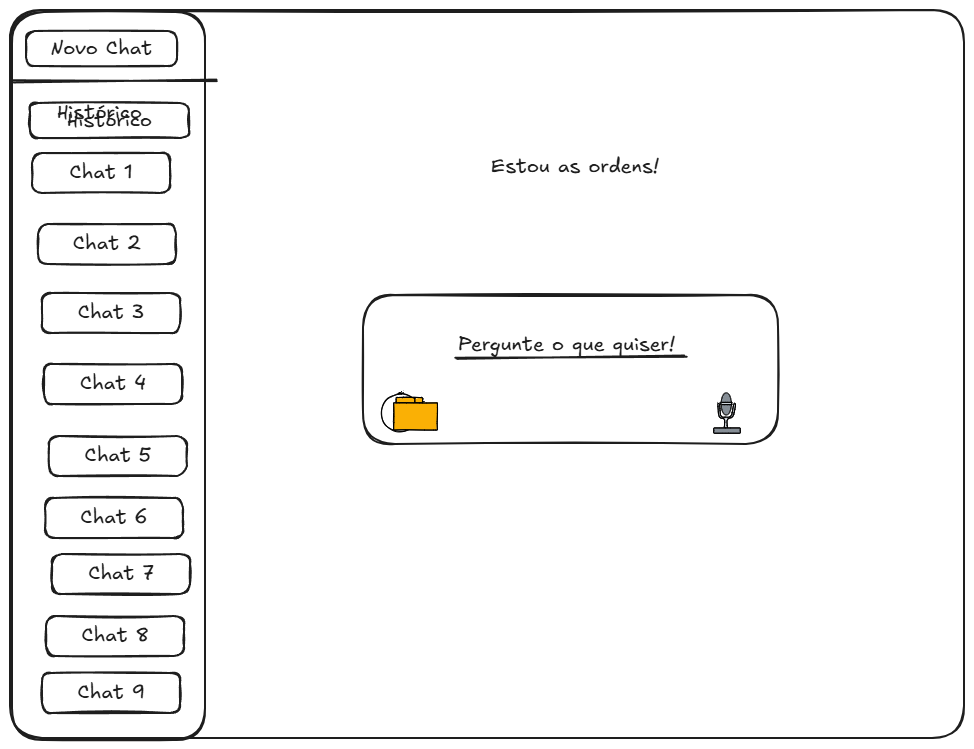
This is docs/interfaces/dashboard.excalidraw.png from mauriciobenjamin700/levai-v2, a Excalidraw export, as it was before one commit. Source tidied: one line per element, renumbered; positions are measured from the earlier drawing's top-left corner, leaving out a move shared by most shapes. Its diagram source:
```json
{"id": 0, "type": "rectangle", "strokeColor": "#1e1e1e", "strokeWidth": 2, "roughness": 1, "round": true, "x": 0, "y": 0, "width": 954, "height": 728}
{"id": 1, "type": "rectangle", "strokeColor": "#1e1e1e", "strokeWidth": 2, "roughness": 1, "round": true, "x": 2, "y": 2, "width": 193, "height": 728}
{"id": 2, "type": "rectangle", "strokeColor": "#1e1e1e", "strokeWidth": 2, "roughness": 1, "round": true, "x": 16, "y": 21, "width": 151, "height": 35}
{"id": 3, "type": "text", "text": "Novo Chat", "strokeColor": "#1e1e1e", "strokeWidth": 2, "roughness": 1, "fontSize": 20, "fontFamily": 5, "textAlign": "center", "verticalAlign": "middle", "inside": 2, "x": 41, "y": 26, "width": 102, "height": 25}
{"id": 4, "type": "rectangle", "strokeColor": "#1e1e1e", "strokeWidth": 2, "roughness": 1, "round": true, "x": 22, "y": 143, "width": 138, "height": 40}
{"id": 5, "type": "text", "text": "Chat 1", "strokeColor": "#1e1e1e", "strokeWidth": 2, "roughness": 1, "fontSize": 20, "fontFamily": 5, "textAlign": "center", "verticalAlign": "middle", "inside": 4, "x": 59, "y": 150, "width": 63, "height": 25}
{"id": 6, "type": "text", "text": "Histórico", "strokeColor": "#1e1e1e", "strokeWidth": 2, "roughness": 1, "fontSize": 20, "fontFamily": 5, "x": 47, "y": 90, "width": 85, "height": 25}
{"id": 7, "type": "line", "strokeColor": "#1e1e1e", "strokeWidth": 2, "roughness": 1, "round": true, "x": 3, "y": 71, "width": 203, "height": 1, "points": [[0, 0], [203, -1]]}
{"id": 8, "type": "rectangle", "strokeColor": "#1e1e1e", "strokeWidth": 2, "roughness": 1, "round": true, "x": 28, "y": 214, "width": 138, "height": 40}
{"id": 9, "type": "text", "text": "Chat 2", "strokeColor": "#1e1e1e", "strokeWidth": 2, "roughness": 1, "fontSize": 20, "fontFamily": 5, "textAlign": "center", "verticalAlign": "middle", "inside": 8, "x": 63, "y": 222, "width": 68, "height": 25}
{"id": 10, "type": "rectangle", "strokeColor": "#1e1e1e", "strokeWidth": 2, "roughness": 1, "round": true, "x": 32, "y": 283, "width": 138, "height": 40}
{"id": 11, "type": "text", "text": "Chat 3", "strokeColor": "#1e1e1e", "strokeWidth": 2, "roughness": 1, "fontSize": 20, "fontFamily": 5, "textAlign": "center", "verticalAlign": "middle", "inside": 10, "x": 68, "y": 290, "width": 67, "height": 25}
{"id": 12, "type": "rectangle", "strokeColor": "#1e1e1e", "strokeWidth": 2, "roughness": 1, "round": true, "x": 34, "y": 354, "width": 138, "height": 40}
{"id": 13, "type": "text", "text": "Chat 4", "strokeColor": "#1e1e1e", "strokeWidth": 2, "roughness": 1, "fontSize": 20, "fontFamily": 5, "textAlign": "center", "verticalAlign": "middle", "inside": 12, "x": 70, "y": 362, "width": 66, "height": 25}
{"id": 14, "type": "rectangle", "strokeColor": "#1e1e1e", "strokeWidth": 2, "roughness": 1, "round": true, "x": 39, "y": 426, "width": 138, "height": 40}
{"id": 15, "type": "text", "text": "Chat 5", "strokeColor": "#1e1e1e", "strokeWidth": 2, "roughness": 1, "fontSize": 20, "fontFamily": 5, "textAlign": "center", "verticalAlign": "middle", "inside": 14, "x": 75, "y": 434, "width": 67, "height": 25}
{"id": 16, "type": "rectangle", "strokeColor": "#1e1e1e", "strokeWidth": 2, "roughness": 1, "round": true, "x": 35, "y": 488, "width": 138, "height": 40}
{"id": 17, "type": "text", "text": "Chat 6", "strokeColor": "#1e1e1e", "strokeWidth": 2, "roughness": 1, "fontSize": 20, "fontFamily": 5, "textAlign": "center", "verticalAlign": "middle", "inside": 16, "x": 70, "y": 496, "width": 67, "height": 25}
{"id": 18, "type": "rectangle", "strokeColor": "#1e1e1e", "strokeWidth": 2, "roughness": 1, "round": true, "x": 42, "y": 544, "width": 138, "height": 40}
{"id": 19, "type": "text", "text": "Chat 7", "strokeColor": "#1e1e1e", "strokeWidth": 2, "roughness": 1, "fontSize": 20, "fontFamily": 5, "textAlign": "center", "verticalAlign": "middle", "inside": 18, "x": 78, "y": 552, "width": 66, "height": 25}
{"id": 20, "type": "rectangle", "strokeColor": "#1e1e1e", "strokeWidth": 2, "roughness": 1, "round": true, "x": 36, "y": 606, "width": 138, "height": 40}
{"id": 21, "type": "text", "text": "Chat 8", "strokeColor": "#1e1e1e", "strokeWidth": 2, "roughness": 1, "fontSize": 20, "fontFamily": 5, "textAlign": "center", "verticalAlign": "middle", "inside": 20, "x": 71, "y": 614, "width": 67, "height": 25}
{"id": 22, "type": "rectangle", "strokeColor": "#1e1e1e", "strokeWidth": 2, "roughness": 1, "round": true, "x": 32, "y": 663, "width": 138, "height": 40}
{"id": 23, "type": "text", "text": "Chat 9", "strokeColor": "#1e1e1e", "strokeWidth": 2, "roughness": 1, "fontSize": 20, "fontFamily": 5, "textAlign": "center", "verticalAlign": "middle", "inside": 22, "x": 67, "y": 670, "width": 67, "height": 25}
{"id": 24, "type": "text", "text": "Estou as ordens!", "strokeColor": "#1e1e1e", "strokeWidth": 2, "roughness": 1, "fontSize": 20, "fontFamily": 5, "x": 481, "y": 144, "width": 168, "height": 25}
{"id": 25, "type": "rectangle", "strokeColor": "#1e1e1e", "strokeWidth": 2, "roughness": 1, "round": true, "x": 353, "y": 285, "width": 415, "height": 149}
{"id": 26, "type": "text", "text": "Pergunte o que quiser!", "strokeColor": "#1e1e1e", "strokeWidth": 2, "roughness": 1, "fontSize": 20, "fontFamily": 5, "x": 448, "y": 322, "width": 217, "height": 25}
{"id": 27, "type": "line", "strokeColor": "#000000", "backgroundColor": "#ced4da", "fillStyle": "solid", "strokeWidth": 1, "roughness": 0, "round": true, "x": 714, "y": 419, "width": 18, "height": 24, "points": [[0, 0], [0, -9], [-5, -12], [-6, -24], [-5, -24], [-3, -13], [2, -11], [7, -13], [9, -24], [11, -24], [9, -14], [7, -11], [3, -9], [3, 0]]}
{"id": 28, "type": "rectangle", "strokeColor": "#000000", "backgroundColor": "#868e96", "fillStyle": "solid", "strokeWidth": 1, "roughness": 0, "round": true, "x": 704, "y": 418, "width": 27, "height": 5}
{"id": 29, "type": "ellipse", "strokeColor": "#000000", "backgroundColor": "#868e96", "fillStyle": "solid", "strokeWidth": 1, "roughness": 0, "round": true, "x": 711, "y": 383, "width": 10, "height": 22}
{"id": 30, "type": "rectangle", "strokeColor": "#000000", "backgroundColor": "#ced4da", "fillStyle": "solid", "strokeWidth": 1, "roughness": 0, "round": true, "x": 711, "y": 392, "width": 11, "height": 2}
{"id": 31, "type": "rectangle", "strokeColor": "#000000", "backgroundColor": "#fab005", "fillStyle": "solid", "strokeWidth": 1, "roughness": 1, "round": true, "x": 392, "y": 388, "width": 20, "height": 5}
{"id": 32, "type": "rectangle", "strokeColor": "#000000", "backgroundColor": "#fab005", "fillStyle": "solid", "strokeWidth": 1, "roughness": 1, "round": true, "x": 386, "y": 388, "width": 19, "height": 6}
{"id": 33, "type": "rectangle", "strokeColor": "#000000", "backgroundColor": "#fab005", "fillStyle": "solid", "strokeWidth": 1, "roughness": 1, "x": 384, "y": 393, "width": 44, "height": 27}
{"id": 34, "type": "line", "strokeColor": "#1e1e1e", "strokeWidth": 2, "roughness": 1, "round": true, "x": 447, "y": 349, "width": 228, "height": 3, "points": [[0, 0], [228, -3]]}
```
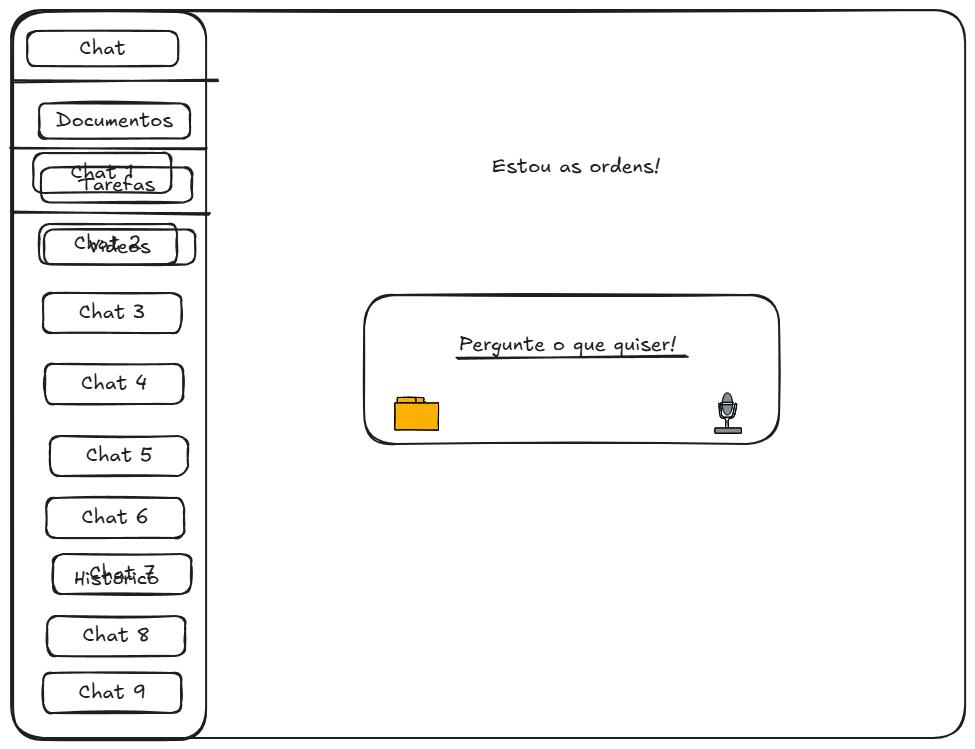
After the change.

Diff of the diagram source:
```diff
@@ -1,23 +1,9 @@
 {"id": 0, "type": "rectangle", "strokeColor": "#1e1e1e", "strokeWidth": 2, "roughness": 1, "round": true, "x": 0, "y": 0, "width": 954, "height": 728}
 {"id": 1, "type": "rectangle", "strokeColor": "#1e1e1e", "strokeWidth": 2, "roughness": 1, "round": true, "x": 2, "y": 2, "width": 193, "height": 728}
 {"id": 2, "type": "rectangle", "strokeColor": "#1e1e1e", "strokeWidth": 2, "roughness": 1, "round": true, "x": 16, "y": 21, "width": 151, "height": 35}
-{"id": 3, "type": "text", "text": "Novo Chat", "strokeColor": "#1e1e1e", "strokeWidth": 2, "roughness": 1, "fontSize": 20, "fontFamily": 5, "textAlign": "center", "verticalAlign": "middle", "inside": 2, "x": 41, "y": 26, "width": 102, "height": 25}
+{"id": 3, "type": "text", "text": "Chat", "strokeColor": "#1e1e1e", "strokeWidth": 2, "roughness": 1, "fontSize": 20, "fontFamily": 5, "textAlign": "center", "verticalAlign": "middle", "inside": 2, "x": 68, "y": 26, "width": 46, "height": 25}
-{"id": 4, "type": "rectangle", "strokeColor": "#1e1e1e", "strokeWidth": 2, "roughness": 1, "round": true, "x": 22, "y": 143, "width": 138, "height": 40}
-{"id": 5, "type": "text", "text": "Chat 1", "strokeColor": "#1e1e1e", "strokeWidth": 2, "roughness": 1, "fontSize": 20, "fontFamily": 5, "textAlign": "center", "verticalAlign": "middle", "inside": 4, "x": 59, "y": 150, "width": 63, "height": 25}
-{"id": 6, "type": "text", "text": "Histórico", "strokeColor": "#1e1e1e", "strokeWidth": 2, "roughness": 1, "fontSize": 20, "fontFamily": 5, "x": 47, "y": 90, "width": 85, "height": 25}
+{"id": 6, "type": "text", "text": "Histórico", "strokeColor": "#1e1e1e", "strokeWidth": 2, "roughness": 1, "fontSize": 20, "fontFamily": 5, "x": 63, "y": 556, "width": 85, "height": 25}
 {"id": 7, "type": "line", "strokeColor": "#1e1e1e", "strokeWidth": 2, "roughness": 1, "round": true, "x": 3, "y": 71, "width": 203, "height": 1, "points": [[0, 0], [203, -1]]}
-{"id": 8, "type": "rectangle", "strokeColor": "#1e1e1e", "strokeWidth": 2, "roughness": 1, "round": true, "x": 28, "y": 214, "width": 138, "height": 40}
-{"id": 9, "type": "text", "text": "Chat 2", "strokeColor": "#1e1e1e", "strokeWidth": 2, "roughness": 1, "fontSize": 20, "fontFamily": 5, "textAlign": "center", "verticalAlign": "middle", "inside": 8, "x": 63, "y": 222, "width": 68, "height": 25}
-{"id": 10, "type": "rectangle", "strokeColor": "#1e1e1e", "strokeWidth": 2, "roughness": 1, "round": true, "x": 32, "y": 283, "width": 138, "height": 40}
-{"id": 11, "type": "text", "text": "Chat 3", "strokeColor": "#1e1e1e", "strokeWidth": 2, "roughness": 1, "fontSize": 20, "fontFamily": 5, "textAlign": "center", "verticalAlign": "middle", "inside": 10, "x": 68, "y": 290, "width": 67, "height": 25}
-{"id": 12, "type": "rectangle", "strokeColor": "#1e1e1e", "strokeWidth": 2, "roughness": 1, "round": true, "x": 34, "y": 354, "width": 138, "height": 40}
-{"id": 13, "type": "text", "text": "Chat 4", "strokeColor": "#1e1e1e", "strokeWidth": 2, "roughness": 1, "fontSize": 20, "fontFamily": 5, "textAlign": "center", "verticalAlign": "middle", "inside": 12, "x": 70, "y": 362, "width": 66, "height": 25}
-{"id": 14, "type": "rectangle", "strokeColor": "#1e1e1e", "strokeWidth": 2, "roughness": 1, "round": true, "x": 39, "y": 426, "width": 138, "height": 40}
-{"id": 15, "type": "text", "text": "Chat 5", "strokeColor": "#1e1e1e", "strokeWidth": 2, "roughness": 1, "fontSize": 20, "fontFamily": 5, "textAlign": "center", "verticalAlign": "middle", "inside": 14, "x": 75, "y": 434, "width": 67, "height": 25}
-{"id": 16, "type": "rectangle", "strokeColor": "#1e1e1e", "strokeWidth": 2, "roughness": 1, "round": true, "x": 35, "y": 488, "width": 138, "height": 40}
-{"id": 17, "type": "text", "text": "Chat 6", "strokeColor": "#1e1e1e", "strokeWidth": 2, "roughness": 1, "fontSize": 20, "fontFamily": 5, "textAlign": "center", "verticalAlign": "middle", "inside": 16, "x": 70, "y": 496, "width": 67, "height": 25}
-{"id": 18, "type": "rectangle", "strokeColor": "#1e1e1e", "strokeWidth": 2, "roughness": 1, "round": true, "x": 42, "y": 544, "width": 138, "height": 40}
-{"id": 19, "type": "text", "text": "Chat 7", "strokeColor": "#1e1e1e", "strokeWidth": 2, "roughness": 1, "fontSize": 20, "fontFamily": 5, "textAlign": "center", "verticalAlign": "middle", "inside": 18, "x": 78, "y": 552, "width": 66, "height": 25}
 {"id": 20, "type": "rectangle", "strokeColor": "#1e1e1e", "strokeWidth": 2, "roughness": 1, "round": true, "x": 36, "y": 606, "width": 138, "height": 40}
 {"id": 21, "type": "text", "text": "Chat 8", "strokeColor": "#1e1e1e", "strokeWidth": 2, "roughness": 1, "fontSize": 20, "fontFamily": 5, "textAlign": "center", "verticalAlign": "middle", "inside": 20, "x": 71, "y": 614, "width": 67, "height": 25}
 {"id": 22, "type": "rectangle", "strokeColor": "#1e1e1e", "strokeWidth": 2, "roughness": 1, "round": true, "x": 32, "y": 663, "width": 138, "height": 40}
@@ -33,3 +19,11 @@
 {"id": 32, "type": "rectangle", "strokeColor": "#000000", "backgroundColor": "#fab005", "fillStyle": "solid", "strokeWidth": 1, "roughness": 1, "round": true, "x": 386, "y": 388, "width": 19, "height": 6}
 {"id": 33, "type": "rectangle", "strokeColor": "#000000", "backgroundColor": "#fab005", "fillStyle": "solid", "strokeWidth": 1, "roughness": 1, "x": 384, "y": 393, "width": 44, "height": 27}
 {"id": 34, "type": "line", "strokeColor": "#1e1e1e", "strokeWidth": 2, "roughness": 1, "round": true, "x": 447, "y": 349, "width": 228, "height": 3, "points": [[0, 0], [228, -3]]}
+{"id": 35, "type": "rectangle", "strokeColor": "#1e1e1e", "strokeWidth": 2, "roughness": 1, "round": true, "x": 28, "y": 94, "width": 151, "height": 35}
+{"id": 36, "type": "text", "text": "Documentos", "strokeColor": "#1e1e1e", "strokeWidth": 2, "roughness": 1, "fontSize": 20, "fontFamily": 5, "textAlign": "center", "verticalAlign": "middle", "inside": 35, "x": 45, "y": 98, "width": 117, "height": 25}
+{"id": 37, "type": "rectangle", "strokeColor": "#1e1e1e", "strokeWidth": 2, "roughness": 1, "round": true, "x": 30, "y": 158, "width": 151, "height": 35}
+{"id": 38, "type": "text", "text": "Tarefas", "strokeColor": "#1e1e1e", "strokeWidth": 2, "roughness": 1, "fontSize": 20, "fontFamily": 5, "textAlign": "center", "verticalAlign": "middle", "inside": 37, "x": 67, "y": 162, "width": 78, "height": 25}
+{"id": 39, "type": "rectangle", "strokeColor": "#1e1e1e", "strokeWidth": 2, "roughness": 1, "round": true, "x": 33, "y": 220, "width": 151, "height": 35}
+{"id": 40, "type": "text", "text": "Videos", "strokeColor": "#1e1e1e", "strokeWidth": 2, "roughness": 1, "fontSize": 20, "fontFamily": 5, "textAlign": "center", "verticalAlign": "middle", "inside": 39, "x": 77, "y": 224, "width": 62, "height": 25}
+{"id": 41, "type": "line", "strokeColor": "#1e1e1e", "strokeWidth": 2, "roughness": 1, "round": true, "x": 0, "y": 138, "width": 196, "height": 1, "points": [[0, 0], [196, 1]]}
+{"id": 42, "type": "line", "strokeColor": "#1e1e1e", "strokeWidth": 2, "roughness": 1, "round": true, "x": 0, "y": 203, "width": 199, "height": 0, "points": [[0, 0], [199, 0]]}
```
